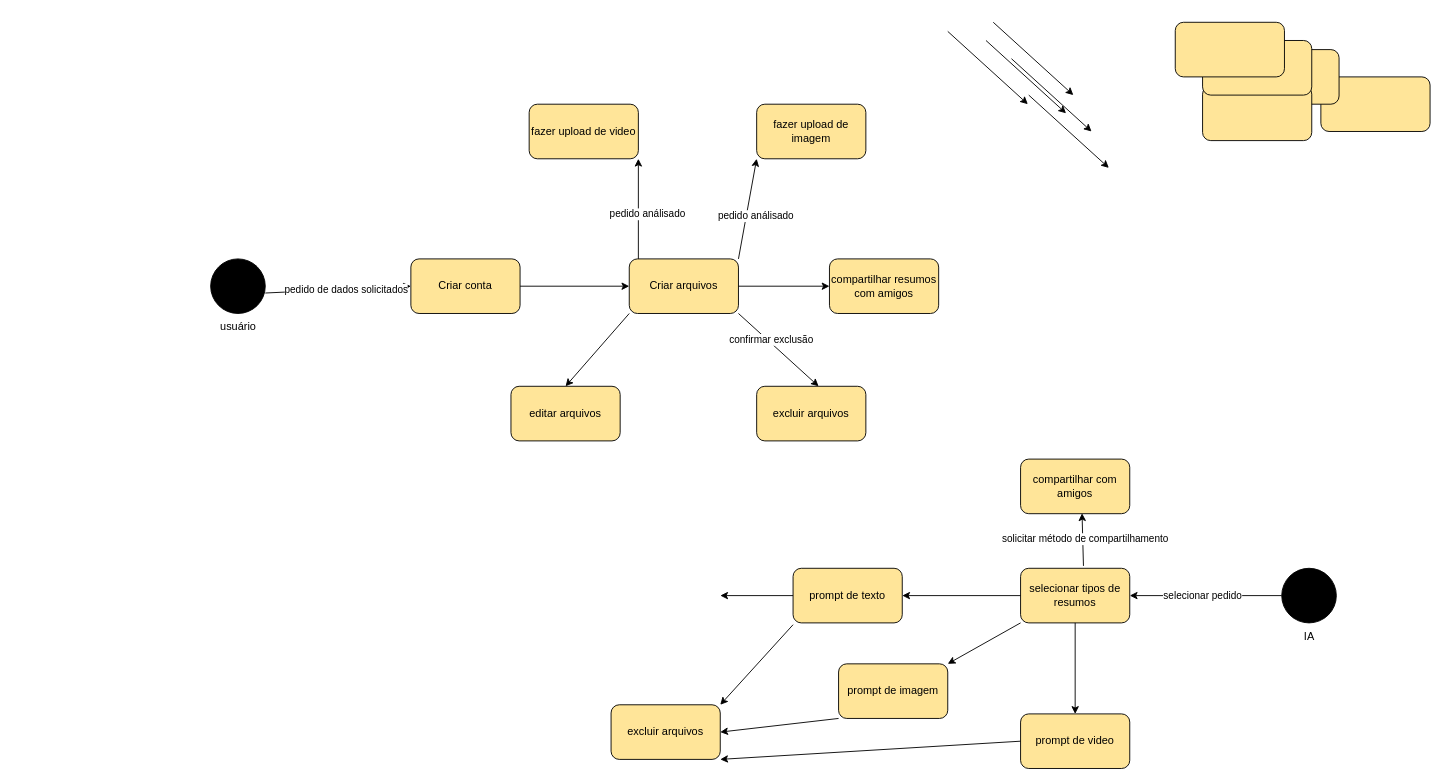
Before: page "diagrama de estados" (3 of 4) of Diagrama sem nome.drawio in neymarboliviano/FCW-AI, a draw.io diagram. Source tidied: cells renumbered, new cells numbered last; positions are measured from the earlier drawing's top-left corner, leaving out a move shared by most shapes. Both pictures are drawn from the tidied source at 91%, with x=0, y=0 at pixel (210, 22).
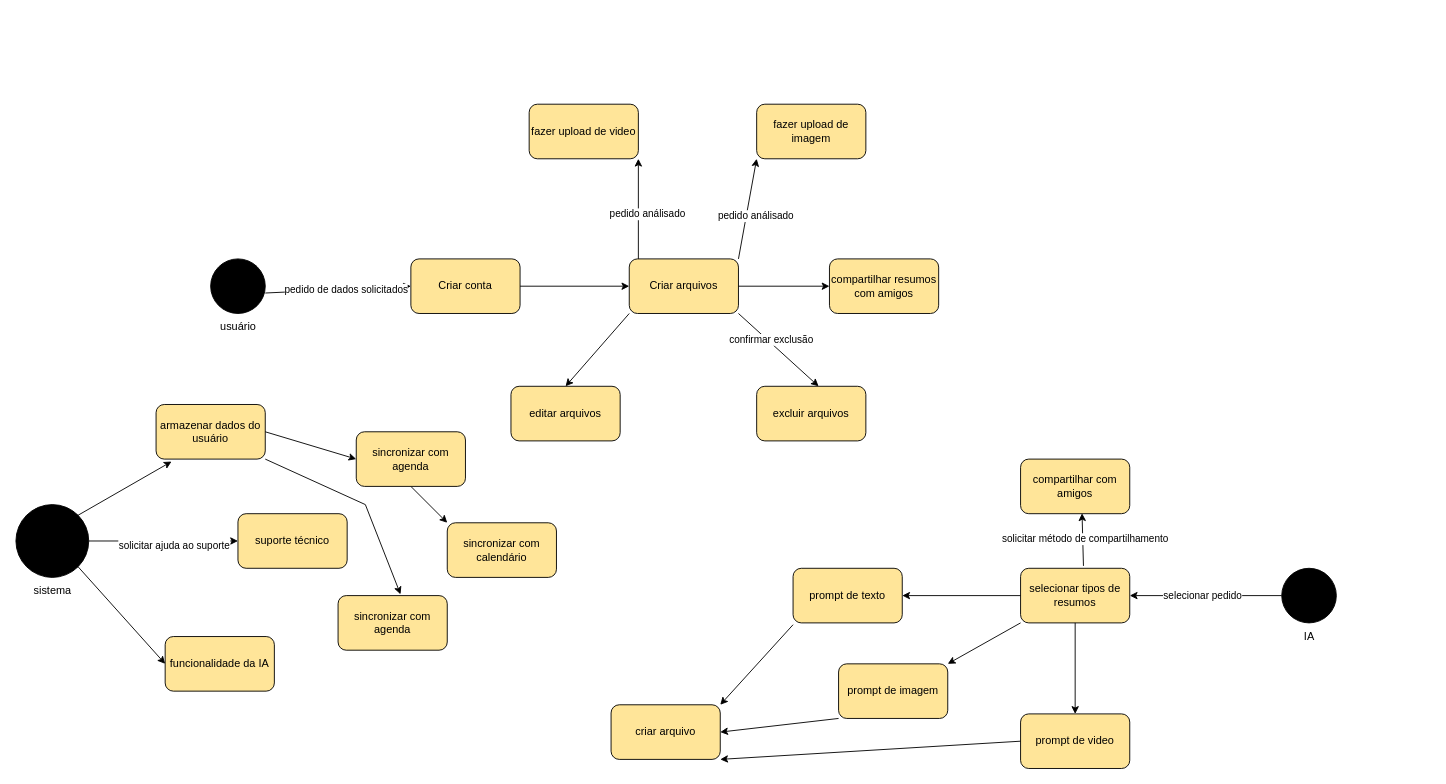
Above is the later version.

The change refers to these unchanged cells:
```xml
<mxCell id="21" value="prompt de texto" style="rounded=1;whiteSpace=wrap;html=1;fillColor=light-dark(#FFE599,var(--ge-dark-color, #121212));" parent="1" vertex="1">
  <mxGeometry x="640" y="600" width="120" height="60" as="geometry" />
</mxCell>
```

The edit, as a diff of the source:
```diff
@@
-    <mxCell id="24" value="excluir arquivos" style="rounded=1;whiteSpace=wrap;html=1;fillColor=light-dark(#FFE599,var(--ge-dark-color, #121212));" parent="1" vertex="1">
+    <mxCell id="24" value="criar arquivo" style="rounded=1;whiteSpace=wrap;html=1;fillColor=light-dark(#FFE599,var(--ge-dark-color, #121212));" parent="1" vertex="1">
       <mxGeometry x="440" y="750" width="120" height="60" as="geometry" />
     </mxCell>
@@
-    <mxCell id="29" style="endArrow=classic;html=1;rounded=0;exitX=0;exitY=0.5;exitDx=0;exitDy=0;" parent="1" edge="1" source="21">
-      <mxGeometry relative="1" as="geometry">
-        <mxPoint x="560" y="630" as="targetPoint" />
-      </mxGeometry>
-    </mxCell>
-    <mxCell id="30" style="endArrow=classic;html=1;rounded=0;exitX=1;exitY=1;exitDx=0;exitDy=0;entryX=0.567;entryY=0;entryDx=0;entryDy=0;entryPerimeter=0;" parent="1" edge="1">
-      <mxGeometry relative="1" as="geometry">
-        <mxPoint x="852" y="20" as="sourcePoint" />
-        <mxPoint x="940" y="100" as="targetPoint" />
-      </mxGeometry>
-    </mxCell>
-    <mxCell id="31" style="endArrow=classic;html=1;rounded=0;exitX=1;exitY=1;exitDx=0;exitDy=0;entryX=0.567;entryY=0;entryDx=0;entryDy=0;entryPerimeter=0;" parent="1" edge="1">
-      <mxGeometry relative="1" as="geometry">
-        <mxPoint x="810" y="10" as="sourcePoint" />
-        <mxPoint x="898" y="90" as="targetPoint" />
-      </mxGeometry>
-    </mxCell>
-    <mxCell id="32" style="endArrow=classic;html=1;rounded=0;exitX=1;exitY=1;exitDx=0;exitDy=0;entryX=0.567;entryY=0;entryDx=0;entryDy=0;entryPerimeter=0;" parent="1" edge="1">
-      <mxGeometry relative="1" as="geometry">
-        <mxPoint x="860" as="sourcePoint" />
-        <mxPoint x="948" y="80" as="targetPoint" />
-      </mxGeometry>
+    <mxCell id="32" style="endArrow=classic;html=1;rounded=0;exitX=1;exitY=0.5;exitDx=0;exitDy=0;entryX=0;entryY=0.5;entryDx=0;entryDy=0;" parent="1" edge="1" source="50" target="45">
+      <mxGeometry relative="1" as="geometry" />
     </mxCell>
+    <mxCell id="49" value="solicitar ajuda ao suporte" style="edgeLabel;html=1;align=center;verticalAlign=middle;" parent="32" vertex="1">
+      <mxGeometry x="0.14" y="-4" relative="1" as="geometry" />
+    </mxCell>
@@
-    <mxCell id="38" style="endArrow=classic;html=1;rounded=0;exitX=1;exitY=1;exitDx=0;exitDy=0;entryX=0.567;entryY=0;entryDx=0;entryDy=0;entryPerimeter=0;" parent="1" edge="1">
-      <mxGeometry relative="1" as="geometry">
-        <mxPoint x="899" y="80" as="sourcePoint" />
-        <mxPoint x="987" y="160" as="targetPoint" />
-      </mxGeometry>
-    </mxCell>
-    <mxCell id="39" style="endArrow=classic;html=1;rounded=0;exitX=1;exitY=1;exitDx=0;exitDy=0;entryX=0.567;entryY=0;entryDx=0;entryDy=0;entryPerimeter=0;" parent="1" edge="1">
-      <mxGeometry relative="1" as="geometry">
-        <mxPoint x="880" y="40" as="sourcePoint" />
-        <mxPoint x="968" y="120" as="targetPoint" />
-      </mxGeometry>
-    </mxCell>
-    <mxCell id="40" style="rounded=1;whiteSpace=wrap;html=1;fillColor=light-dark(#FFE599,var(--ge-dark-color, #121212));" parent="1" vertex="1">
-      <mxGeometry x="1220" y="60" width="120" height="60" as="geometry" />
-    </mxCell>
-    <mxCell id="41" style="rounded=1;whiteSpace=wrap;html=1;fillColor=light-dark(#FFE599,var(--ge-dark-color, #121212));" parent="1" vertex="1">
-      <mxGeometry x="1120" y="30" width="120" height="60" as="geometry" />
+    <mxCell id="41" value="armazenar dados do usuário" style="rounded=1;whiteSpace=wrap;html=1;fillColor=light-dark(#FFE599,var(--ge-dark-color, #121212));" parent="1" vertex="1">
+      <mxGeometry x="-60" y="420" width="120" height="60" as="geometry" />
     </mxCell>
-    <mxCell id="42" style="rounded=1;whiteSpace=wrap;html=1;fillColor=light-dark(#FFE599,var(--ge-dark-color, #121212));" parent="1" vertex="1">
-      <mxGeometry x="1090" y="70" width="120" height="60" as="geometry" />
-    </mxCell>
-    <mxCell id="43" style="rounded=1;whiteSpace=wrap;html=1;fillColor=light-dark(#FFE599,var(--ge-dark-color, #121212));" parent="1" vertex="1">
-      <mxGeometry x="1090" y="20" width="120" height="60" as="geometry" />
+    <mxCell id="43" value="funcionalidade da IA" style="rounded=1;whiteSpace=wrap;html=1;fillColor=light-dark(#FFE599,var(--ge-dark-color, #121212));" parent="1" vertex="1">
+      <mxGeometry x="-50" y="675" width="120" height="60" as="geometry" />
     </mxCell>
@@
-    <mxCell id="45" style="rounded=1;whiteSpace=wrap;html=1;fillColor=light-dark(#FFE599,var(--ge-dark-color, #121212));" parent="1" vertex="1">
-      <mxGeometry x="1060" width="120" height="60" as="geometry" />
+    <mxCell id="45" value="suporte técnico" style="rounded=1;whiteSpace=wrap;html=1;fillColor=light-dark(#FFE599,var(--ge-dark-color, #121212));" parent="1" vertex="1">
+      <mxGeometry x="30" y="540" width="120" height="60" as="geometry" />
     </mxCell>
@@
+    <mxCell id="50" style="ellipse;whiteSpace=wrap;html=1;fillColor=#000000;" parent="1" vertex="1">
+      <mxGeometry x="-214" y="530" width="80" height="80" as="geometry" />
+    </mxCell>
+    <mxCell id="51" value="sistema" style="text;html=1;align=center;verticalAlign=middle;strokeColor=none;fillColor=none;" parent="1" vertex="1">
+      <mxGeometry x="-209" y="610" width="70" height="30" as="geometry" />
+    </mxCell>
+    <mxCell id="52" style="endArrow=classic;html=1;rounded=0;exitX=1;exitY=0;exitDx=0;exitDy=0;entryX=0.142;entryY=1.045;entryDx=0;entryDy=0;entryPerimeter=0;" parent="1" edge="1" source="50" target="41">
+      <mxGeometry relative="1" as="geometry" />
+    </mxCell>
+    <mxCell id="53" style="endArrow=classic;html=1;rounded=0;exitX=1;exitY=1;exitDx=0;exitDy=0;entryX=0;entryY=0.5;entryDx=0;entryDy=0;" parent="1" edge="1" source="50" target="43">
+      <mxGeometry relative="1" as="geometry" />
+    </mxCell>
+    <mxCell id="54" style="endArrow=classic;html=1;rounded=0;exitX=1;exitY=0.5;exitDx=0;exitDy=0;entryX=0;entryY=0.5;entryDx=0;entryDy=0;" parent="1" edge="1" source="41" target="56">
+      <mxGeometry relative="1" as="geometry" />
+    </mxCell>
+    <mxCell id="55" style="endArrow=classic;html=1;rounded=0;exitX=0.5;exitY=1;exitDx=0;exitDy=0;entryX=0;entryY=0;entryDx=0;entryDy=0;" parent="1" edge="1" source="56" target="58">
+      <mxGeometry relative="1" as="geometry" />
+    </mxCell>
+    <mxCell id="56" value="sincronizar com agenda" style="rounded=1;whiteSpace=wrap;html=1;fillColor=light-dark(#FFE599,var(--ge-dark-color, #121212));" parent="1" vertex="1">
+      <mxGeometry x="160" y="450" width="120" height="60" as="geometry" />
+    </mxCell>
+    <mxCell id="57" value="sincronizar com agenda" style="rounded=1;whiteSpace=wrap;html=1;fillColor=light-dark(#FFE599,var(--ge-dark-color, #121212));" parent="1" vertex="1">
+      <mxGeometry x="140" y="630" width="120" height="60" as="geometry" />
+    </mxCell>
+    <mxCell id="58" value="&lt;div&gt;sincronizar com calendário&lt;/div&gt;" style="rounded=1;whiteSpace=wrap;html=1;fillColor=light-dark(#FFE599,var(--ge-dark-color, #121212));" parent="1" vertex="1">
+      <mxGeometry x="260" y="550" width="120" height="60" as="geometry" />
+    </mxCell>
+    <mxCell id="59" style="endArrow=classic;html=1;rounded=0;entryX=0.572;entryY=-0.023;entryDx=0;entryDy=0;exitX=1;exitY=1;exitDx=0;exitDy=0;entryPerimeter=0;" parent="1" edge="1" source="41" target="57">
+      <mxGeometry relative="1" as="geometry">
+        <Array as="points">
+          <mxPoint x="170" y="530" />
+        </Array>
+      </mxGeometry>
+    </mxCell>
```
